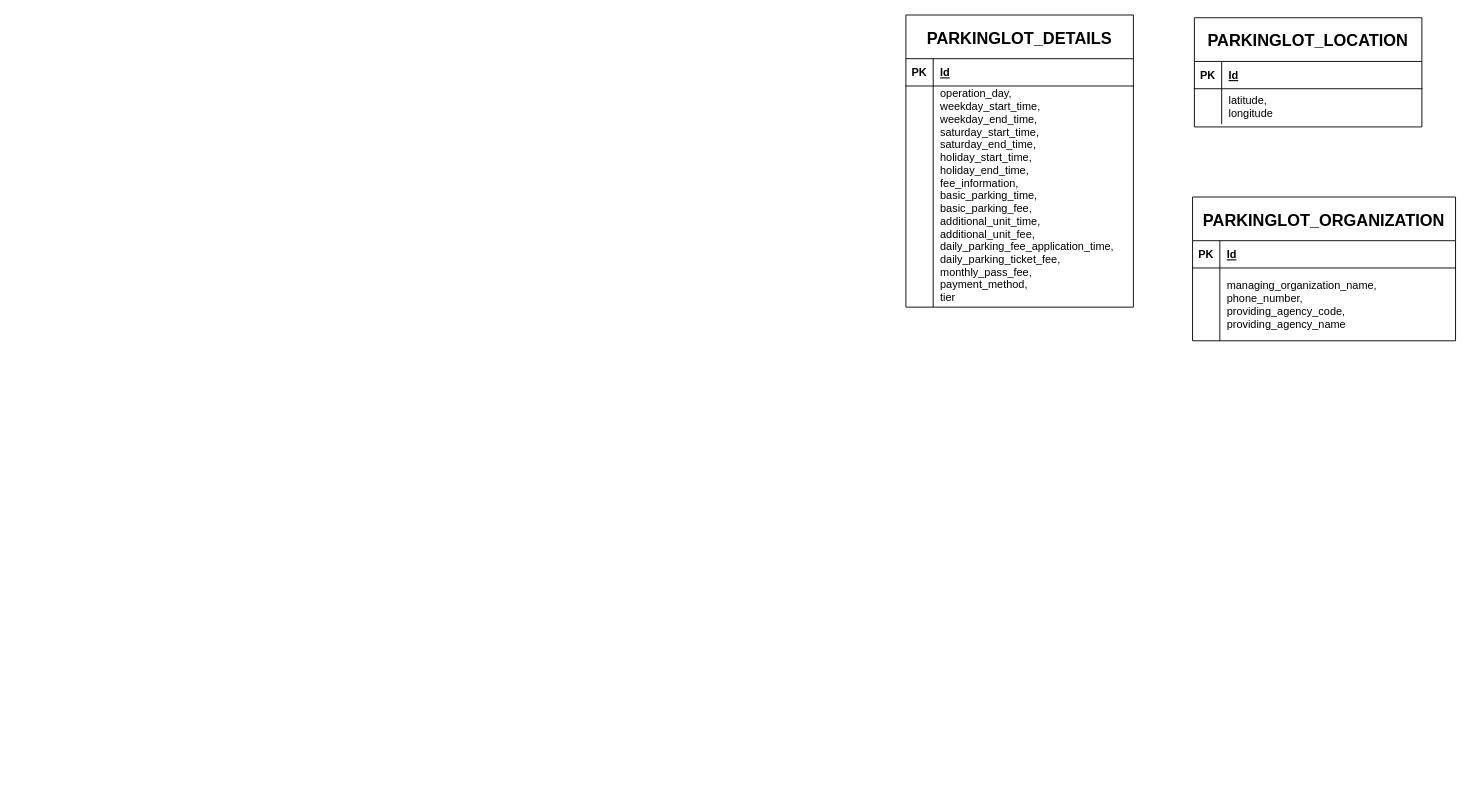
BaxDailyGit/DB keeps this draw.io diagram as 제목 없는 다이어그램.drawio. Above is the earlier version. Source tidied: cells renumbered, new cells numbered last; positions are measured from the earlier drawing's top-left corner, leaving out a move shared by most shapes. Both pictures are drawn from the tidied source at 91%, with x=0, y=0 at pixel (905, 15).
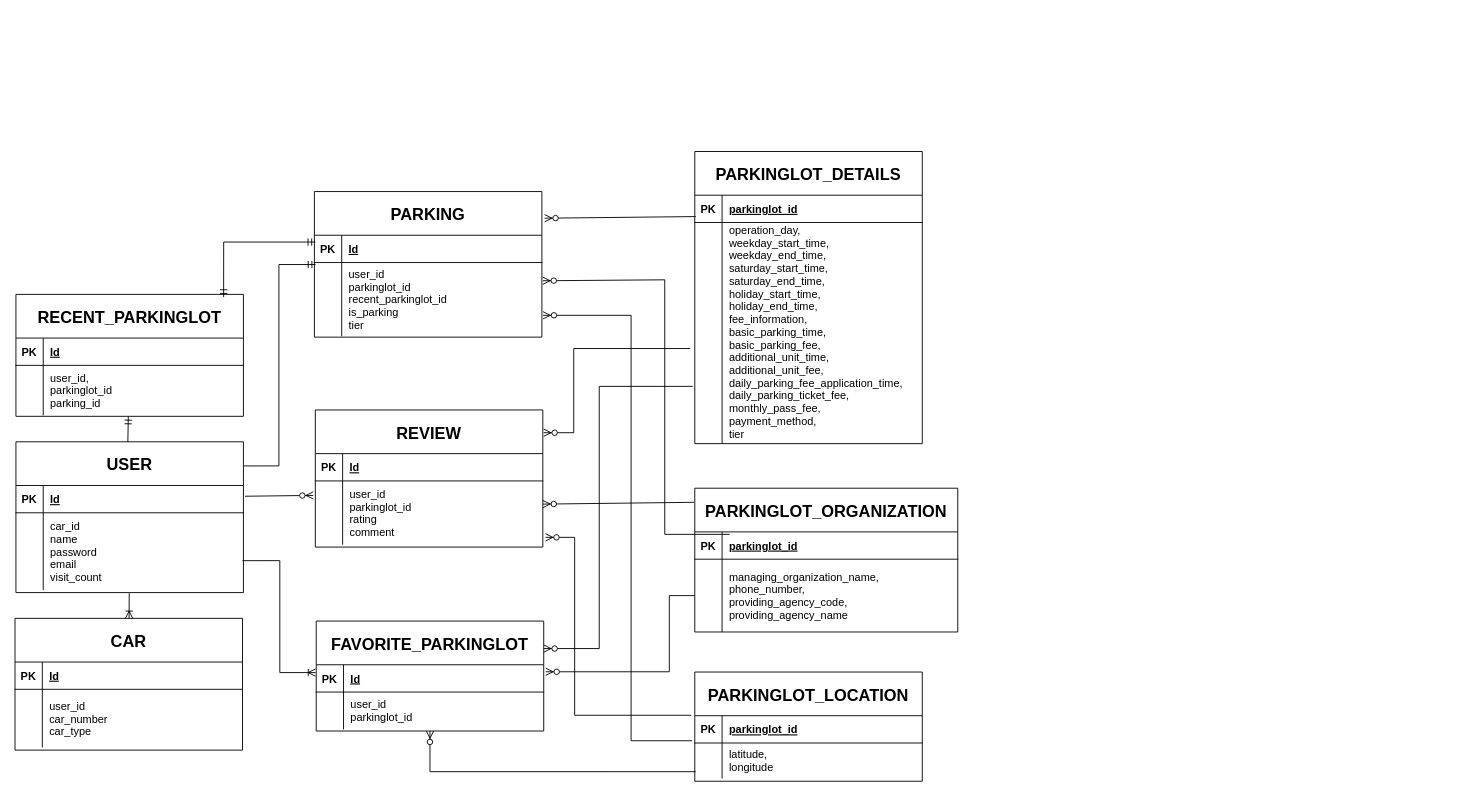
After the change.

Commit message:
제목 없는 다이어그램.drawio 업데이트

Unchanged cells that the change refers to:
```xml
<mxCell id="3" style="shape=partialRectangle;fillColor=none;points=[[0,0.5],[1,0.5]];portConstraint=eastwest;top=0;left=0;right=0;bottom=1;fontColor=#000000;" parent="2" vertex="1">
  <mxGeometry y="48" width="250" height="30" as="geometry" />
</mxCell>
<mxCell id="6" style="shape=partialRectangle;fillColor=none;points=[[0,0.5],[1,0.5]];portConstraint=eastwest;top=0;left=0;right=0;bottom=0;fontColor=#000000;" parent="2" vertex="1">
  <mxGeometry y="78" width="250" height="243" as="geometry" />
</mxCell>
<mxCell id="10" style="shape=partialRectangle;fillColor=none;points=[[0,0.5],[1,0.5]];portConstraint=eastwest;top=0;left=0;right=0;bottom=1;fontColor=#000000;" parent="9" vertex="1">
  <mxGeometry y="48" width="250" height="30" as="geometry" />
</mxCell>
<mxCell id="13" style="shape=partialRectangle;fillColor=none;points=[[0,0.5],[1,0.5]];portConstraint=eastwest;top=0;left=0;right=0;bottom=0;fontColor=#000000;" parent="9" vertex="1">
  <mxGeometry y="78" width="250" height="39" as="geometry" />
</mxCell>
<mxCell id="17" style="shape=partialRectangle;fillColor=none;top=0;left=0;right=0;bottom=1;fontColor=#000000;" parent="16" vertex="1">
  <mxGeometry y="48" width="289" height="30" as="geometry" />
</mxCell>
<mxCell id="20" style="shape=partialRectangle;fillColor=none;points=[[0,0.5],[1,0.5]];portConstraint=eastwest;top=0;left=0;right=0;bottom=0;fontColor=#000000;" parent="16" vertex="1">
  <mxGeometry y="78" width="289" height="80" as="geometry" />
</mxCell>
```

Change to the diagram source:
```diff
@@
     <mxCell id="2" value="PARKINGLOT_DETAILS" style="shape=table;startSize=48;childLayout=tableLayout;rowLines=0;fontStyle=1;align=center;fontColor=#000000;fontSize=18;" parent="1" vertex="1">
-      <mxGeometry width="250" height="321" as="geometry" />
+      <mxGeometry x="-232" y="150" width="250" height="321" as="geometry" />
     </mxCell>
@@
-    <mxCell id="5" value="Id" style="shape=partialRectangle;overflow=hidden;fillColor=none;top=0;left=0;bottom=0;right=0;align=left;spacingLeft=6;fontStyle=5;fontColor=#000000;" parent="3" vertex="1">
+    <mxCell id="5" value="parkinglot_id" style="shape=partialRectangle;overflow=hidden;fillColor=none;top=0;left=0;bottom=0;right=0;align=left;spacingLeft=6;fontStyle=5;fontColor=#000000;" parent="3" vertex="1">
       <mxGeometry x="30" width="220" height="30" as="geometry" />
     </mxCell>
@@
     <mxCell id="9" value="PARKINGLOT_LOCATION" style="shape=table;startSize=48;childLayout=tableLayout;rowLines=0;fontStyle=1;align=center;fontColor=#000000;fontSize=18;" parent="1" vertex="1">
-      <mxGeometry x="317" y="3" width="250" height="120" as="geometry" />
+      <mxGeometry x="-232" y="722" width="250" height="120" as="geometry" />
     </mxCell>
@@
-    <mxCell id="12" value="Id" style="shape=partialRectangle;overflow=hidden;fillColor=none;top=0;left=0;bottom=0;right=0;align=left;spacingLeft=6;fontStyle=5;fontColor=#000000;" parent="10" vertex="1">
+    <mxCell id="12" value="parkinglot_id" style="shape=partialRectangle;overflow=hidden;fillColor=none;top=0;left=0;bottom=0;right=0;align=left;spacingLeft=6;fontStyle=5;fontColor=#000000;" parent="10" vertex="1">
       <mxGeometry x="30" width="220" height="30" as="geometry" />
     </mxCell>
@@
     <mxCell id="16" value="PARKINGLOT_ORGANIZATION" style="shape=table;startSize=48;childLayout=tableLayout;rowLines=0;fontStyle=1;align=center;fontColor=#000000;fontSize=18;" parent="1" vertex="1">
-      <mxGeometry x="315" y="200" width="289" height="158" as="geometry" />
+      <mxGeometry x="-232" y="520" width="289" height="158" as="geometry" />
     </mxCell>
@@
-    <mxCell id="19" value="Id" style="shape=partialRectangle;overflow=hidden;fillColor=none;top=0;left=0;bottom=0;right=0;align=left;spacingLeft=6;fontStyle=5;fontColor=#000000;" parent="17" vertex="1">
+    <mxCell id="19" value="parkinglot_id" style="shape=partialRectangle;overflow=hidden;fillColor=none;top=0;left=0;bottom=0;right=0;align=left;spacingLeft=6;fontStyle=5;fontColor=#000000;" parent="17" vertex="1">
       <mxGeometry x="30" width="259" height="30" as="geometry" />
     </mxCell>
@@
+    <mxCell id="23" value="CAR" style="shape=table;startSize=48;childLayout=tableLayout;rowLines=0;fontStyle=1;align=center;fontColor=#000000;fontSize=18;" parent="1" vertex="1">
+      <mxGeometry x="-979" y="663" width="250" height="144.8" as="geometry" />
+    </mxCell>
+    <mxCell id="24" style="shape=partialRectangle;fillColor=none;top=0;left=0;right=0;bottom=1;fontColor=#000000;" parent="23" vertex="1">
+      <mxGeometry y="48" width="250" height="30" as="geometry" />
+    </mxCell>
+    <mxCell id="25" value="PK" style="shape=partialRectangle;overflow=hidden;fillColor=none;top=0;left=0;bottom=0;right=0;fontStyle=1;fontColor=#000000;" parent="24" vertex="1">
+      <mxGeometry width="30" height="30" as="geometry" />
+    </mxCell>
+    <mxCell id="26" value="Id" style="shape=partialRectangle;overflow=hidden;fillColor=none;top=0;left=0;bottom=0;right=0;align=left;spacingLeft=6;fontStyle=5;fontColor=#000000;" parent="24" vertex="1">
+      <mxGeometry x="30" width="220" height="30" as="geometry" />
+    </mxCell>
+    <mxCell id="27" style="shape=partialRectangle;fillColor=none;top=0;left=0;right=0;bottom=0;fontColor=#000000;" parent="23" vertex="1">
+      <mxGeometry y="78" width="250" height="64" as="geometry" />
+    </mxCell>
+    <mxCell id="28" style="shape=partialRectangle;overflow=hidden;fillColor=none;top=0;left=0;bottom=0;right=0;fontColor=#000000;" parent="27" vertex="1">
+      <mxGeometry width="30" height="64" as="geometry" />
+    </mxCell>
+    <mxCell id="29" value="user_id&#10;car_number&#10;car_type" style="shape=partialRectangle;overflow=hidden;fillColor=none;top=0;left=0;bottom=0;right=0;align=left;spacingLeft=6;fontColor=#000000;" parent="27" vertex="1">
+      <mxGeometry x="30" width="220" height="64" as="geometry" />
+    </mxCell>
+    <mxCell id="30" value="PARKING" style="shape=table;startSize=48;childLayout=tableLayout;rowLines=0;fontStyle=1;align=center;fontColor=#000000;fontSize=18;" parent="1" vertex="1">
+      <mxGeometry x="-650" y="194" width="250" height="160" as="geometry" />
+    </mxCell>
+    <mxCell id="31" style="shape=partialRectangle;fillColor=none;points=[[0,0.5],[1,0.5]];portConstraint=eastwest;top=0;left=0;right=0;bottom=1;fontColor=#000000;" parent="30" vertex="1">
+      <mxGeometry y="48" width="250" height="30" as="geometry" />
+    </mxCell>
+    <mxCell id="32" value="PK" style="shape=partialRectangle;overflow=hidden;fillColor=none;top=0;left=0;bottom=0;right=0;fontStyle=1;fontColor=#000000;" parent="31" vertex="1">
+      <mxGeometry width="30" height="30" as="geometry" />
+    </mxCell>
+    <mxCell id="33" value="Id" style="shape=partialRectangle;overflow=hidden;fillColor=none;top=0;left=0;bottom=0;right=0;align=left;spacingLeft=6;fontStyle=5;fontColor=#000000;" parent="31" vertex="1">
+      <mxGeometry x="30" width="220" height="30" as="geometry" />
+    </mxCell>
+    <mxCell id="34" style="shape=partialRectangle;fillColor=none;points=[[0,0.5],[1,0.5]];portConstraint=eastwest;top=0;left=0;right=0;bottom=0;fontColor=#000000;" parent="30" vertex="1">
+      <mxGeometry y="78" width="250" height="81" as="geometry" />
+    </mxCell>
+    <mxCell id="35" style="shape=partialRectangle;overflow=hidden;fillColor=none;top=0;left=0;bottom=0;right=0;fontColor=#000000;" parent="34" vertex="1">
+      <mxGeometry width="30" height="81" as="geometry" />
+    </mxCell>
+    <mxCell id="36" value="user_id&#10;parkinglot_id&#10;recent_parkinglot_id &#10;is_parking&#10;tier" style="shape=partialRectangle;overflow=hidden;fillColor=none;top=0;left=0;bottom=0;right=0;align=left;spacingLeft=6;fontColor=#000000;" parent="34" vertex="1">
+      <mxGeometry x="30" width="220" height="81" as="geometry" />
+    </mxCell>
+    <mxCell id="37" value="REVIEW" style="shape=table;startSize=48;childLayout=tableLayout;rowLines=0;fontStyle=1;align=center;fontColor=#000000;fontSize=18;" parent="1" vertex="1">
+      <mxGeometry x="-649" y="434" width="250" height="150.7" as="geometry" />
+    </mxCell>
+    <mxCell id="38" style="shape=partialRectangle;fillColor=none;top=0;left=0;right=0;bottom=1;fontColor=#000000;" parent="37" vertex="1">
+      <mxGeometry y="48" width="250" height="30" as="geometry" />
+    </mxCell>
+    <mxCell id="39" value="PK" style="shape=partialRectangle;overflow=hidden;fillColor=none;top=0;left=0;bottom=0;right=0;fontStyle=1;fontColor=#000000;" parent="38" vertex="1">
+      <mxGeometry width="30" height="30" as="geometry" />
+    </mxCell>
+    <mxCell id="40" value="Id" style="shape=partialRectangle;overflow=hidden;fillColor=none;top=0;left=0;bottom=0;right=0;align=left;spacingLeft=6;fontStyle=5;fontColor=#000000;" parent="38" vertex="1">
+      <mxGeometry x="30" width="220" height="30" as="geometry" />
+    </mxCell>
+    <mxCell id="41" style="shape=partialRectangle;fillColor=none;points=[[0,0.5],[1,0.5]];portConstraint=eastwest;top=0;left=0;right=0;bottom=0;fontColor=#000000;" parent="37" vertex="1">
+      <mxGeometry y="78" width="250" height="70" as="geometry" />
+    </mxCell>
+    <mxCell id="42" style="shape=partialRectangle;overflow=hidden;fillColor=none;top=0;left=0;bottom=0;right=0;fontColor=#000000;" parent="41" vertex="1">
+      <mxGeometry width="30" height="70" as="geometry" />
+    </mxCell>
+    <mxCell id="43" value="user_id&#10;parkinglot_id&#10;rating&#10;comment" style="shape=partialRectangle;overflow=hidden;fillColor=none;top=0;left=0;bottom=0;right=0;align=left;spacingLeft=6;fontColor=#000000;" parent="41" vertex="1">
+      <mxGeometry x="30" width="220" height="70" as="geometry" />
+    </mxCell>
+    <mxCell id="44" value="FAVORITE_PARKINGLOT" style="shape=table;startSize=48;childLayout=tableLayout;rowLines=0;fontStyle=1;align=center;fontColor=#000000;fontSize=18;" parent="1" vertex="1">
+      <mxGeometry x="-648" y="666" width="250" height="120.8" as="geometry" />
+    </mxCell>
+    <mxCell id="45" style="shape=partialRectangle;fillColor=none;points=[[0,0.5],[1,0.5]];portConstraint=eastwest;top=0;left=0;right=0;bottom=1;fontColor=#000000;" parent="44" vertex="1">
+      <mxGeometry y="48" width="250" height="30" as="geometry" />
+    </mxCell>
+    <mxCell id="46" value="PK" style="shape=partialRectangle;overflow=hidden;fillColor=none;top=0;left=0;bottom=0;right=0;fontStyle=1;fontColor=#000000;" parent="45" vertex="1">
+      <mxGeometry width="30" height="30" as="geometry" />
+    </mxCell>
+    <mxCell id="47" value="Id" style="shape=partialRectangle;overflow=hidden;fillColor=none;top=0;left=0;bottom=0;right=0;align=left;spacingLeft=6;fontStyle=5;fontColor=#000000;" parent="45" vertex="1">
+      <mxGeometry x="30" width="220" height="30" as="geometry" />
+    </mxCell>
+    <mxCell id="48" style="shape=partialRectangle;fillColor=none;top=0;left=0;right=0;bottom=0;fontColor=#000000;" parent="44" vertex="1">
+      <mxGeometry y="78" width="250" height="41" as="geometry" />
+    </mxCell>
+    <mxCell id="49" style="shape=partialRectangle;overflow=hidden;fillColor=none;top=0;left=0;bottom=0;right=0;fontColor=#000000;" parent="48" vertex="1">
+      <mxGeometry width="30" height="41" as="geometry" />
+    </mxCell>
+    <mxCell id="50" value="user_id&#10;parkinglot_id" style="shape=partialRectangle;overflow=hidden;fillColor=none;top=0;left=0;bottom=0;right=0;align=left;spacingLeft=6;fontColor=#000000;" parent="48" vertex="1">
+      <mxGeometry x="30" width="220" height="41" as="geometry" />
+    </mxCell>
+    <mxCell id="51" style="fontSize=12;html=1;endArrow=ERoneToMany;rounded=0;exitX=0.498;exitY=1.041;exitDx=0;exitDy=0;exitPerimeter=0;" parent="1" edge="1" source="77" target="23">
+      <mxGeometry relative="1" as="geometry" />
+    </mxCell>
+    <mxCell id="52" style="fontSize=12;html=1;endArrow=ERzeroToMany;endFill=1;rounded=0;exitX=1.007;exitY=0.394;exitDx=0;exitDy=0;exitPerimeter=0;entryX=-0.009;entryY=0.227;entryDx=0;entryDy=0;entryPerimeter=0;" parent="1" edge="1" source="74" target="41">
+      <mxGeometry relative="1" as="geometry" />
+    </mxCell>
+    <mxCell id="53" style="fontSize=12;html=1;endArrow=ERoneToMany;rounded=0;entryX=-0.003;entryY=0.287;entryDx=0;entryDy=0;exitX=0.996;exitY=0.619;exitDx=0;exitDy=0;exitPerimeter=0;entryPerimeter=0;edgeStyle=orthogonalEdgeStyle;" parent="1" edge="1" source="77" target="45">
+      <mxGeometry relative="1" as="geometry" />
+    </mxCell>
+    <mxCell id="54" style="fontSize=12;html=1;endArrow=ERmandOne;rounded=0;entryX=0.005;entryY=0.027;entryDx=0;entryDy=0;entryPerimeter=0;exitX=0.996;exitY=0.16;exitDx=0;exitDy=0;exitPerimeter=0;edgeStyle=orthogonalEdgeStyle;" parent="1" edge="1" source="73" target="34">
+      <mxGeometry relative="1" as="geometry" />
+    </mxCell>
+    <mxCell id="55" style="fontSize=12;html=1;endArrow=ERzeroToMany;endFill=1;rounded=0;entryX=1.004;entryY=0.166;entryDx=0;entryDy=0;exitX=-0.02;exitY=0.57;exitDx=0;exitDy=0;exitPerimeter=0;edgeStyle=orthogonalEdgeStyle;entryPerimeter=0;" parent="1" edge="1" source="6" target="37">
+      <mxGeometry relative="1" as="geometry">
+        <Array as="points">
+          <mxPoint x="-365" y="367" />
+          <mxPoint x="-365" y="459" />
+        </Array>
+      </mxGeometry>
+    </mxCell>
+    <mxCell id="56" style="fontSize=12;html=1;endArrow=ERmandOne;rounded=0;exitX=0.492;exitY=0.001;exitDx=0;exitDy=0;entryX=0.494;entryY=1.022;entryDx=0;entryDy=0;entryPerimeter=0;exitPerimeter=0;" parent="1" edge="1" source="73" target="61">
+      <mxGeometry relative="1" as="geometry" />
+    </mxCell>
+    <mxCell id="57" value="RECENT_PARKINGLOT" style="shape=table;startSize=48;childLayout=tableLayout;rowLines=0;fontStyle=1;align=center;fontColor=#000000;fontSize=18;" parent="1" vertex="1">
+      <mxGeometry x="-978" y="307" width="250" height="134" as="geometry" />
+    </mxCell>
+    <mxCell id="58" style="shape=partialRectangle;fillColor=none;top=0;left=0;right=0;bottom=1;fontColor=#000000;" parent="57" vertex="1">
+      <mxGeometry y="48" width="250" height="30" as="geometry" />
+    </mxCell>
+    <mxCell id="59" value="PK" style="shape=partialRectangle;overflow=hidden;fillColor=none;top=0;left=0;bottom=0;right=0;fontStyle=1;fontColor=#000000;" parent="58" vertex="1">
+      <mxGeometry width="30" height="30" as="geometry" />
+    </mxCell>
+    <mxCell id="60" value="Id" style="shape=partialRectangle;overflow=hidden;fillColor=none;top=0;left=0;bottom=0;right=0;align=left;spacingLeft=6;fontStyle=5;fontColor=#000000;" parent="58" vertex="1">
+      <mxGeometry x="30" width="220" height="30" as="geometry" />
+    </mxCell>
+    <mxCell id="61" style="shape=partialRectangle;fillColor=none;points=[[0,0.5],[1,0.5]];portConstraint=eastwest;top=0;left=0;right=0;bottom=0;fontColor=#000000;" parent="57" vertex="1">
+      <mxGeometry y="78" width="250" height="55" as="geometry" />
+    </mxCell>
+    <mxCell id="62" style="shape=partialRectangle;overflow=hidden;fillColor=none;top=0;left=0;bottom=0;right=0;fontColor=#000000;" parent="61" vertex="1">
+      <mxGeometry width="30" height="55" as="geometry" />
+    </mxCell>
+    <mxCell id="63" value="user_id, &#10;parkinglot_id&#10;parking_id" style="shape=partialRectangle;overflow=hidden;fillColor=none;top=0;left=0;bottom=0;right=0;align=left;spacingLeft=6;fontColor=#000000;" parent="61" vertex="1">
+      <mxGeometry x="30" width="220" height="55" as="geometry" />
+    </mxCell>
+    <mxCell id="64" style="fontSize=12;html=1;endArrow=ERzeroToMany;endFill=1;rounded=0;entryX=1;entryY=0.364;entryDx=0;entryDy=0;entryPerimeter=0;exitX=-0.003;exitY=0.098;exitDx=0;exitDy=0;exitPerimeter=0;" parent="1" edge="1" source="16" target="41">
+      <mxGeometry relative="1" as="geometry" />
+    </mxCell>
+    <mxCell id="65" style="fontSize=12;html=1;endArrow=ERzeroToMany;endFill=1;rounded=0;entryX=1.012;entryY=0.886;entryDx=0;entryDy=0;entryPerimeter=0;exitX=-0.016;exitY=-0.017;exitDx=0;exitDy=0;exitPerimeter=0;edgeStyle=orthogonalEdgeStyle;" parent="1" edge="1" source="10" target="41">
+      <mxGeometry relative="1" as="geometry">
+        <Array as="points">
+          <mxPoint x="-364" y="770" />
+          <mxPoint x="-364" y="574" />
+        </Array>
+      </mxGeometry>
+    </mxCell>
+    <mxCell id="66" style="fontSize=12;html=1;endArrow=ERzeroToMany;endFill=1;rounded=0;entryX=1.012;entryY=0.183;entryDx=0;entryDy=0;entryPerimeter=0;exitX=0.004;exitY=0.783;exitDx=0;exitDy=0;exitPerimeter=0;" parent="1" edge="1" source="3" target="30">
+      <mxGeometry relative="1" as="geometry" />
+    </mxCell>
+    <mxCell id="67" style="fontSize=12;html=1;endArrow=ERzeroToMany;endFill=1;rounded=0;entryX=1.004;entryY=0.247;entryDx=0;entryDy=0;entryPerimeter=0;exitX=-0.015;exitY=0.139;exitDx=0;exitDy=0;exitPerimeter=0;edgeStyle=orthogonalEdgeStyle;" parent="1" edge="1" target="34">
+      <mxGeometry relative="1" as="geometry">
+        <mxPoint x="-193.6" y="570.7" as="sourcePoint" />
+        <Array as="points">
+          <mxPoint x="-265" y="571" />
+          <mxPoint x="-265" y="291" />
+        </Array>
+      </mxGeometry>
+    </mxCell>
+    <mxCell id="68" style="fontSize=12;html=1;endArrow=ERzeroToMany;endFill=1;rounded=0;entryX=1.005;entryY=0.716;entryDx=0;entryDy=0;entryPerimeter=0;exitX=-0.012;exitY=0.917;exitDx=0;exitDy=0;exitPerimeter=0;edgeStyle=orthogonalEdgeStyle;" parent="1" edge="1" source="10" target="34">
+      <mxGeometry relative="1" as="geometry">
+        <Array as="points">
+          <mxPoint x="-302" y="798" />
+          <mxPoint x="-302" y="330" />
+        </Array>
+      </mxGeometry>
+    </mxCell>
+    <mxCell id="69" style="fontSize=12;html=1;endArrow=ERzeroToMany;endFill=1;rounded=0;entryX=1;entryY=0.25;entryDx=0;entryDy=0;exitX=-0.009;exitY=0.741;exitDx=0;exitDy=0;exitPerimeter=0;edgeStyle=orthogonalEdgeStyle;" parent="1" edge="1" source="6" target="44">
+      <mxGeometry relative="1" as="geometry">
+        <Array as="points">
+          <mxPoint x="-337" y="408" />
+          <mxPoint x="-337" y="696" />
+        </Array>
+      </mxGeometry>
+    </mxCell>
+    <mxCell id="70" style="edgeStyle=elbowEdgeStyle;fontSize=12;html=1;endArrow=ERzeroToMany;endFill=1;rounded=0;entryX=1.009;entryY=0.257;entryDx=0;entryDy=0;entryPerimeter=0;exitX=0;exitY=0.5;exitDx=0;exitDy=0;" parent="1" edge="1" source="20" target="45">
+      <mxGeometry relative="1" as="geometry">
+        <Array as="points">
+          <mxPoint x="-260" y="678" />
+        </Array>
+      </mxGeometry>
+    </mxCell>
+    <mxCell id="71" style="fontSize=12;html=1;endArrow=ERzeroToMany;endFill=1;rounded=0;entryX=0.5;entryY=1;entryDx=0;entryDy=0;exitX=0.004;exitY=0.808;exitDx=0;exitDy=0;exitPerimeter=0;edgeStyle=orthogonalEdgeStyle;" parent="1" edge="1" source="13" target="44">
+      <mxGeometry relative="1" as="geometry" />
+    </mxCell>
+    <mxCell id="72" style="fontSize=12;html=1;endArrow=ERmandOne;startArrow=ERmandOne;rounded=0;exitX=0.913;exitY=0.022;exitDx=0;exitDy=0;entryX=0.004;entryY=0.25;entryDx=0;entryDy=0;entryPerimeter=0;edgeStyle=orthogonalEdgeStyle;exitPerimeter=0;" parent="1" edge="1" source="57" target="31">
+      <mxGeometry relative="1" as="geometry" />
+    </mxCell>
+    <mxCell id="73" value="USER" style="shape=table;startSize=48;childLayout=tableLayout;rowLines=0;fontStyle=1;align=center;fontColor=#000000;fontSize=18;" parent="1" vertex="1">
+      <mxGeometry x="-978" y="469" width="250" height="165.7" as="geometry" />
+    </mxCell>
+    <mxCell id="74" style="shape=partialRectangle;fillColor=none;points=[[0,0.5],[1,0.5]];portConstraint=eastwest;top=0;left=0;right=0;bottom=1;fontColor=#000000;" parent="73" vertex="1">
+      <mxGeometry y="48" width="250" height="30" as="geometry" />
+    </mxCell>
+    <mxCell id="75" value="PK" style="shape=partialRectangle;overflow=hidden;fillColor=none;top=0;left=0;bottom=0;right=0;fontStyle=1;fontColor=#000000;" parent="74" vertex="1">
+      <mxGeometry width="30" height="30" as="geometry" />
+    </mxCell>
+    <mxCell id="76" value="Id" style="shape=partialRectangle;overflow=hidden;fillColor=none;top=0;left=0;bottom=0;right=0;align=left;spacingLeft=6;fontStyle=5;fontColor=#000000;" parent="74" vertex="1">
+      <mxGeometry x="30" width="220" height="30" as="geometry" />
+    </mxCell>
+    <mxCell id="77" style="shape=partialRectangle;fillColor=none;points=[[0,0.5],[1,0.5]];portConstraint=eastwest;top=0;left=0;right=0;bottom=0;fontColor=#000000;" parent="73" vertex="1">
+      <mxGeometry y="78" width="250" height="85" as="geometry" />
+    </mxCell>
+    <mxCell id="78" style="shape=partialRectangle;overflow=hidden;fillColor=none;top=0;left=0;bottom=0;right=0;fontColor=#000000;" parent="77" vertex="1">
+      <mxGeometry width="30" height="85" as="geometry" />
+    </mxCell>
+    <mxCell id="79" value="car_id&#10;name&#10;password &#10;email&#10;visit_count " style="shape=partialRectangle;overflow=hidden;fillColor=none;top=0;left=0;bottom=0;right=0;align=left;spacingLeft=6;fontColor=#000000;" parent="77" vertex="1">
+      <mxGeometry x="30" width="220" height="85" as="geometry" />
+    </mxCell>
```
